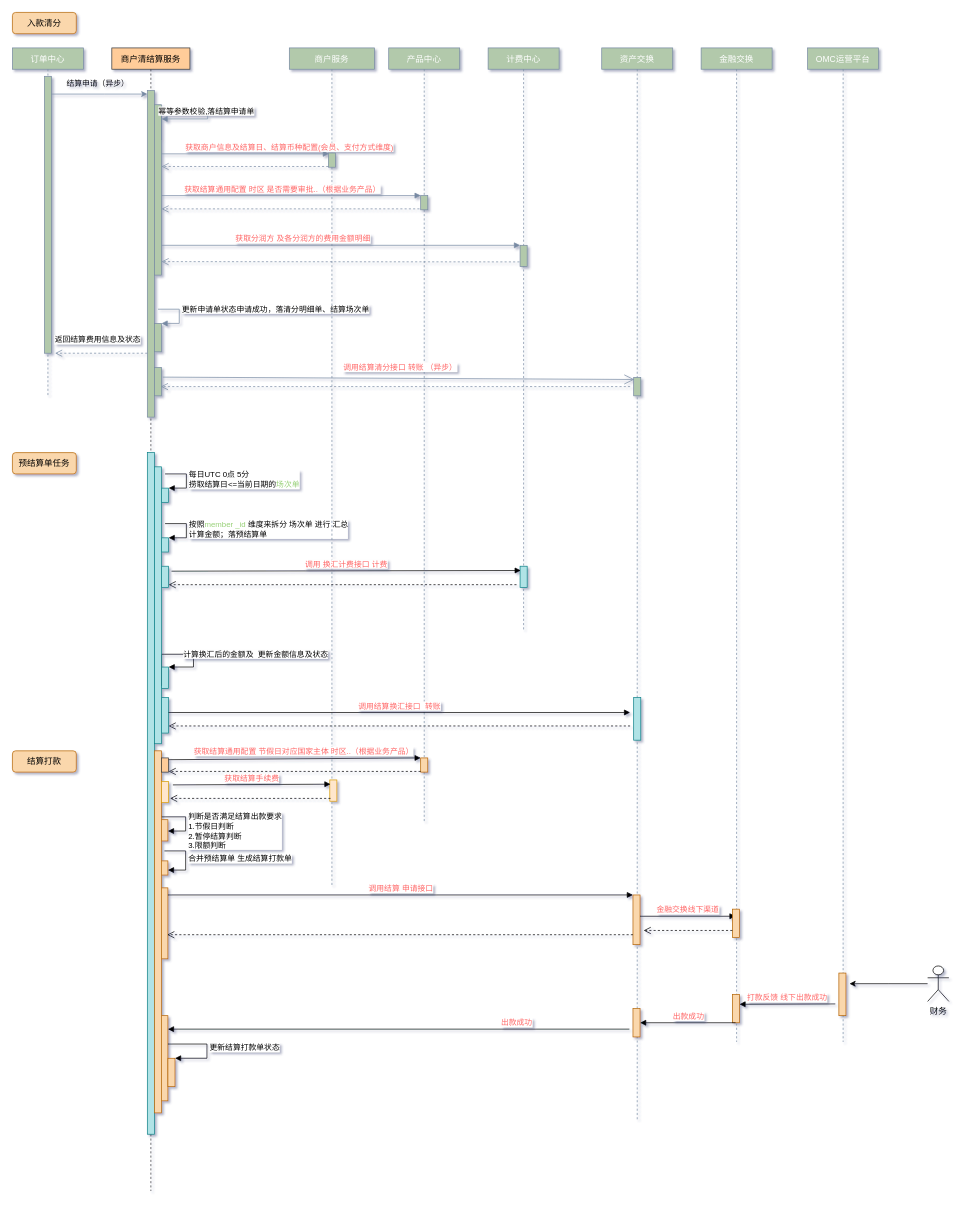
Earlier version of the draw.io diagram merchant-settle/Untitled Diagram.drawio (DominicElvira/Diagrams). Source tidied: cells renumbered, new cells numbered last; positions are measured from the earlier drawing's top-left corner, leaving out a move shared by most shapes. Both pictures are drawn from the tidied source at 71%, with x=0, y=0 at pixel (12, 12).
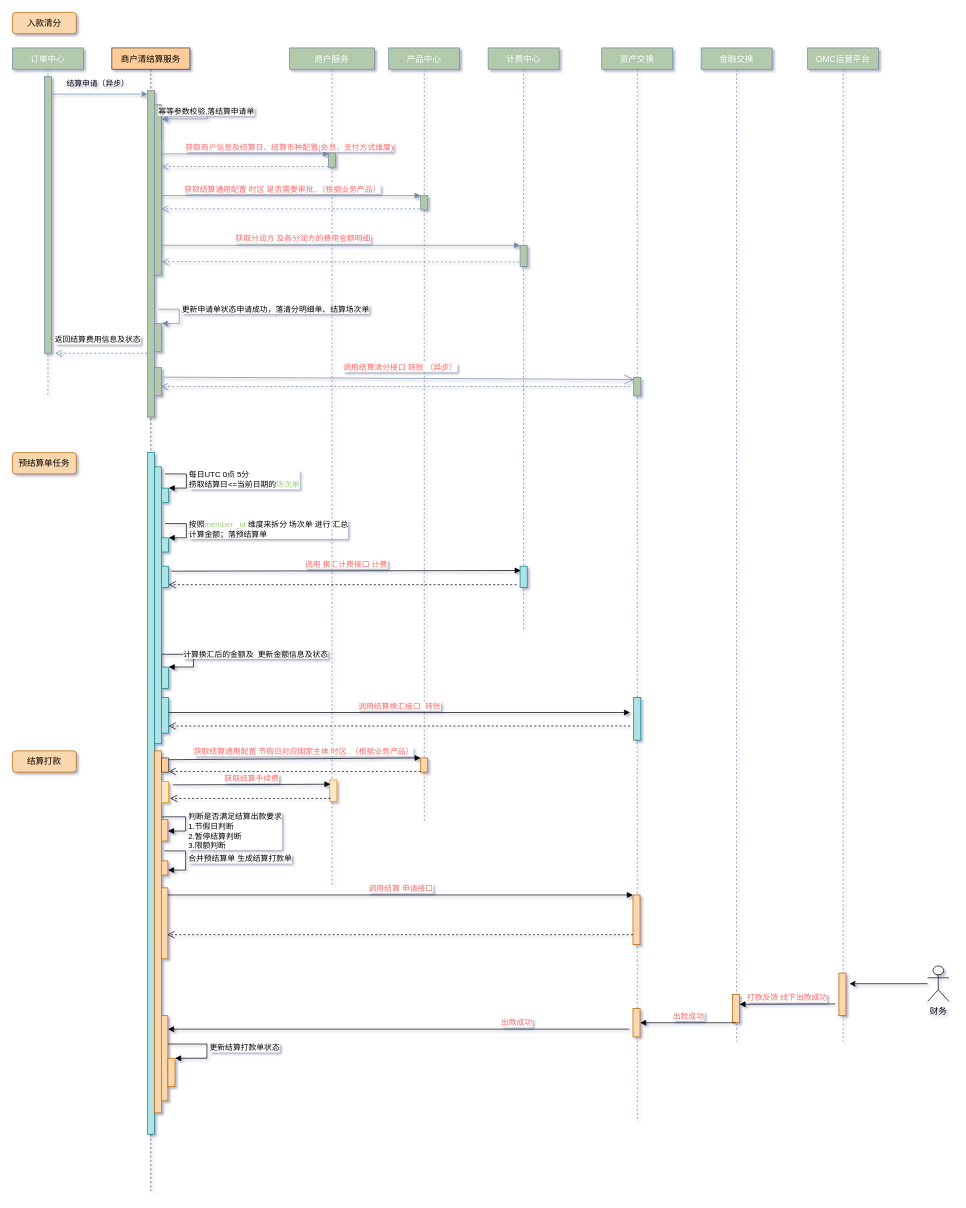
The same diagram, later.

The change refers to these unchanged cells:
```xml
<mxCell id="35" value="资产交换" style="shape=umlLifeline;perimeter=lifelinePerimeter;shadow=0;strokeWidth=1;fillColor=#B2C9AB;strokeColor=#788AA3;fontColor=#FFFFFF;rounded=0;size=30;" parent="1" vertex="1">
  <mxGeometry x="830" y="50" width="100" height="1510" as="geometry" />
</mxCell>
<mxCell id="69" value="金融交换" style="shape=umlLifeline;perimeter=lifelinePerimeter;shadow=0;strokeWidth=1;fillColor=#B2C9AB;strokeColor=#788AA3;fontColor=#FFFFFF;rounded=0;size=30;" parent="1" vertex="1">
  <mxGeometry x="970" y="50" width="100" height="1400" as="geometry" />
</mxCell>
```

Diff of the diagram source:
```diff
@@
-    <mxCell id="40" value="&lt;font color=&quot;#ff6666&quot;&gt;金融交换线下渠道&lt;/font&gt;" style="html=1;verticalAlign=bottom;endArrow=block;rounded=0;fontColor=#000000;" parent="35" edge="1">
-      <mxGeometry relative="1" as="geometry">
-        <mxPoint x="54" y="1223" as="sourcePoint" />
-        <mxPoint x="188.5" y="1223" as="targetPoint" />
-      </mxGeometry>
-    </mxCell>
@@
-    <mxCell id="70" style="html=1;perimeter=orthogonalPerimeter;fillColor=#fad7ac;strokeColor=#b46504;" parent="69" vertex="1">
-      <mxGeometry x="44" y="1213" width="10" height="40" as="geometry" />
-    </mxCell>
-    <mxCell id="71" style="html=1;verticalAlign=bottom;endArrow=open;dashed=1;endSize=8;rounded=0;fontColor=#000000;" parent="69" edge="1">
-      <mxGeometry relative="1" as="geometry">
-        <mxPoint x="44" y="1243" as="sourcePoint" />
-        <mxPoint x="-81" y="1243" as="targetPoint" />
-      </mxGeometry>
-    </mxCell>
```
